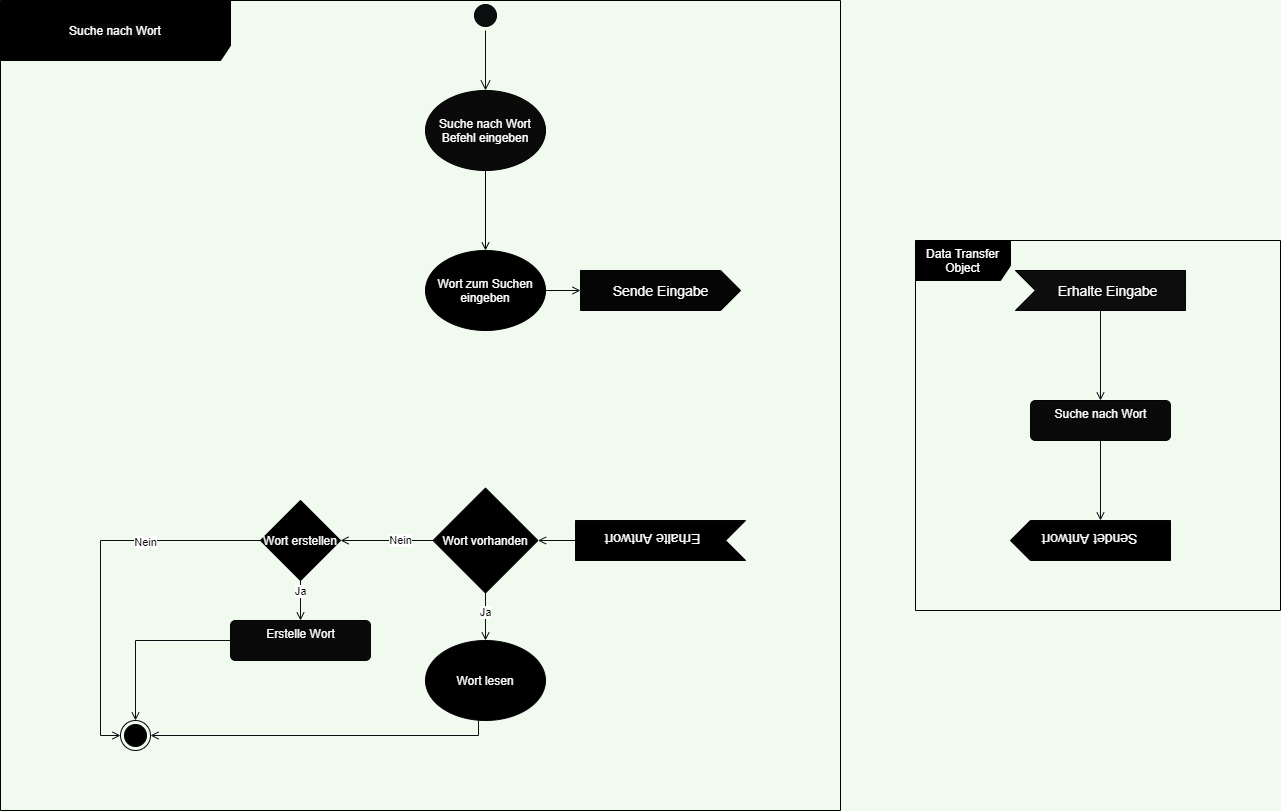
Earlier version of the draw.io export Diagramme-Aktivitätsdiagramm.png (NickHaecker/TranslationMemory). Source tidied: cells renumbered, new cells last; positions are measured from the earlier drawing's top-left corner, leaving out a move shared by most shapes.
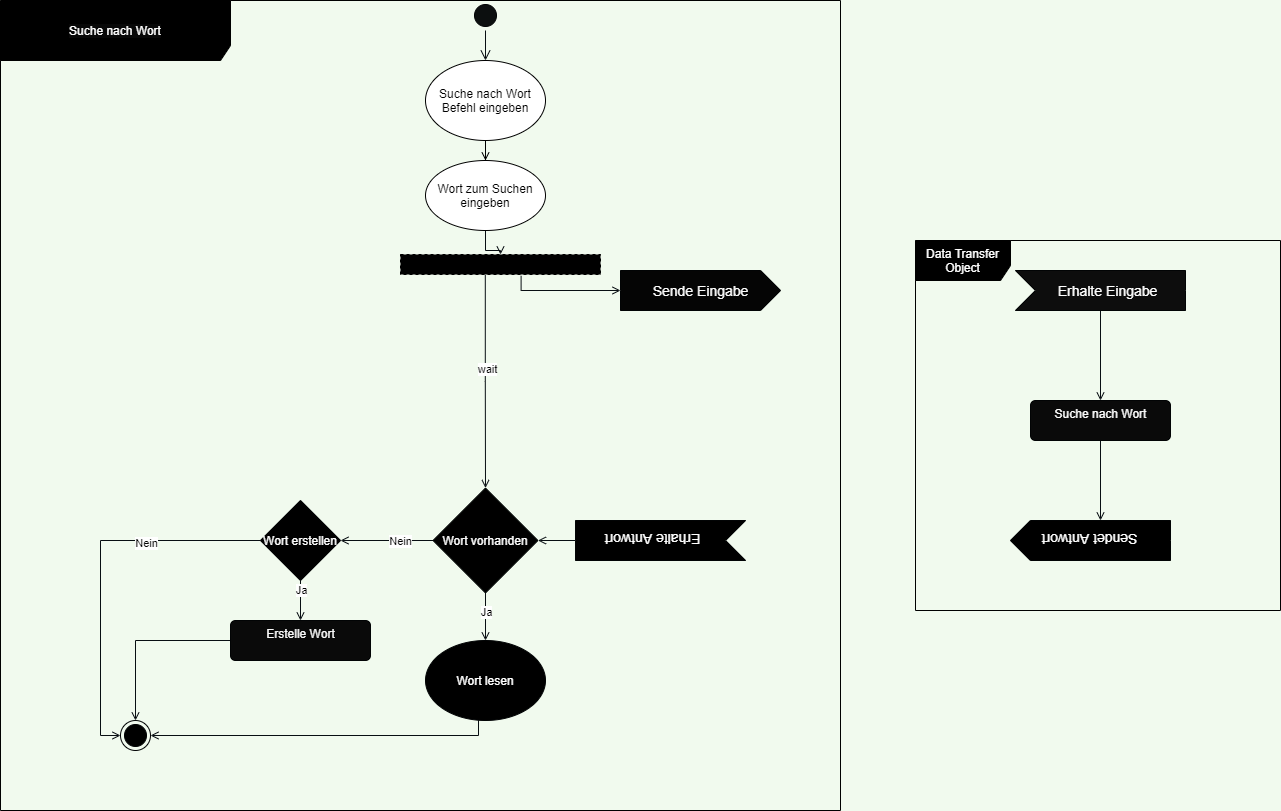
After the change.

Diff of the diagram source:
```diff
@@ -8,10 +8,8 @@
     <mxCell id="3" style="ellipse;html=1;shape=startState;fontColor=#1D3557;fillColor=#0C0F0F;strokeColor=#020405;" parent="1" vertex="1">
       <mxGeometry x="470" width="30" height="30" as="geometry" />
     </mxCell>
-    <mxCell id="4" style="edgeStyle=orthogonalEdgeStyle;html=1;verticalAlign=bottom;endArrow=open;endSize=8;labelBackgroundColor=#F1FAEE;fontColor=#1D3557;strokeColor=#080E12;" parent="1" edge="1" source="3">
-      <mxGeometry relative="1" as="geometry">
-        <mxPoint x="485" y="90" as="targetPoint" />
-      </mxGeometry>
+    <mxCell id="4" style="edgeStyle=orthogonalEdgeStyle;html=1;verticalAlign=bottom;endArrow=open;endSize=8;labelBackgroundColor=#F1FAEE;fontColor=#1D3557;strokeColor=#080E12;entryX=0.5;entryY=0;entryDx=0;entryDy=0;" parent="1" edge="1" source="3" target="7">
+      <mxGeometry relative="1" as="geometry" />
     </mxCell>
     <mxCell id="5" style="ellipse;html=1;shape=endState;fontColor=#1D3557;strokeColor=#020405;fillColor=#000000;" parent="1" vertex="1">
       <mxGeometry x="120" y="720" width="30" height="30" as="geometry" />
@@ -19,17 +17,24 @@
     <mxCell id="6" style="edgeStyle=orthogonalEdgeStyle;rounded=0;jettySize=auto;html=1;endArrow=open;endFill=0;strokeColor=#000000;" parent="1" edge="1" source="7" target="9">
       <mxGeometry relative="1" as="geometry" />
     </mxCell>
-    <mxCell id="7" value="&lt;font color=&quot;#ffffff&quot;&gt;Suche nach Wort Befehl eingeben&lt;/font&gt;" style="ellipse;whiteSpace=wrap;html=1;fillColor=#0A0A0A;" parent="1" vertex="1">
-      <mxGeometry x="425" y="90" width="120" height="80" as="geometry" />
+    <mxCell id="7" value="Suche nach Wort Befehl eingeben" style="ellipse;whiteSpace=wrap;html=1;" parent="1" vertex="1">
+      <mxGeometry x="425" y="60" width="120" height="80" as="geometry" />
     </mxCell>
-    <mxCell id="8" style="edgeStyle=orthogonalEdgeStyle;rounded=0;jettySize=auto;html=1;entryX=0;entryY=0;entryDx=0;entryDy=20;entryPerimeter=0;endArrow=open;endFill=0;strokeColor=#080E12;" parent="1" edge="1" source="9" target="10">
-      <mxGeometry relative="1" as="geometry" />
+    <mxCell id="8" style="edgeStyle=orthogonalEdgeStyle;rounded=0;jettySize=auto;html=1;entryX=0;entryY=0;entryDx=0;entryDy=20;entryPerimeter=0;endArrow=open;endFill=0;strokeColor=#080E12;exitX=0.603;exitY=1.067;exitDx=0;exitDy=0;exitPerimeter=0;" parent="1" edge="1" source="36" target="10">
+      <mxGeometry relative="1" as="geometry">
+        <Array as="points">
+          <mxPoint x="521" y="290" />
+        </Array>
+      </mxGeometry>
     </mxCell>
+    <mxCell id="33" style="edgeStyle=orthogonalEdgeStyle;rounded=0;jettySize=auto;html=1;endArrow=open;endFill=0;strokeColor=#080E12;" parent="1" edge="1" source="9" target="36">
+      <mxGeometry relative="1" as="geometry" />
+    </mxCell>
-    <mxCell id="9" value="&lt;font color=&quot;#ffffff&quot;&gt;Wort zum Suchen eingeben&lt;/font&gt;" style="ellipse;whiteSpace=wrap;html=1;fillColor=#000000;" parent="1" vertex="1">
-      <mxGeometry x="425" y="250" width="120" height="80" as="geometry" />
+    <mxCell id="9" value="Wort zum Suchen eingeben" style="ellipse;whiteSpace=wrap;html=1;" parent="1" vertex="1">
+      <mxGeometry x="425" y="160" width="120" height="70" as="geometry" />
     </mxCell>
-    <mxCell id="10" value="&lt;font color=&quot;#ffffff&quot;&gt;Sende Eingabe&lt;/font&gt;" style="html=1;shape=mxgraph.infographic.ribbonSimple;notch1=0;notch2=20;align=center;verticalAlign=middle;fontSize=14;fontStyle=0;strokeColor=#020405;fillColor=#050505;" parent="1" vertex="1">
-      <mxGeometry x="580" y="270" width="160" height="40" as="geometry" />
+    <mxCell id="10" value="&lt;font color=&quot;#fcfcfc&quot;&gt;Sende Eingabe&lt;/font&gt;" style="html=1;shape=mxgraph.infographic.ribbonSimple;notch1=0;notch2=20;align=center;verticalAlign=middle;fontSize=14;fontStyle=0;strokeColor=#020405;fillColor=#050505;" parent="1" vertex="1">
+      <mxGeometry x="620" y="270" width="160" height="40" as="geometry" />
     </mxCell>
     <mxCell id="11" value="&lt;font color=&quot;#ffffff&quot; style=&quot;background-color: rgb(0 , 0 , 0)&quot;&gt;Data Transfer Object&lt;/font&gt;" style="shape=umlFrame;whiteSpace=wrap;html=1;width=95;height=40;strokeWidth=1;fontColor=#1D3557;fillColor=#000000;strokeColor=#000000;" parent="1" vertex="1">
       <mxGeometry x="915" y="240" width="365" height="370" as="geometry" />
@@ -43,7 +48,7 @@
     <mxCell id="14" style="edgeStyle=orthogonalEdgeStyle;rounded=0;jettySize=auto;html=1;entryX=0;entryY=0;entryDx=70;entryDy=40;entryPerimeter=0;endArrow=open;endFill=0;strokeColor=#080E12;" parent="1" edge="1" source="30" target="15">
       <mxGeometry relative="1" as="geometry" />
     </mxCell>
-    <mxCell id="15" value="&lt;font color=&quot;#fcfcfc&quot;&gt;Sendet Antwort&lt;/font&gt;" style="html=1;shape=mxgraph.infographic.ribbonSimple;notch1=0;notch2=20;align=center;verticalAlign=middle;fontSize=14;fontStyle=0;strokeColor=#020405;rotation=-180;fillColor=#000000;" parent="1" vertex="1">
+    <mxCell id="15" value="&lt;font color=&quot;#ffffff&quot;&gt;Sendet Antwort&lt;/font&gt;" style="html=1;shape=mxgraph.infographic.ribbonSimple;notch1=0;notch2=20;align=center;verticalAlign=middle;fontSize=14;fontStyle=0;strokeColor=#020405;rotation=-180;fillColor=#000000;" parent="1" vertex="1">
       <mxGeometry x="1010" y="520" width="160" height="40" as="geometry" />
     </mxCell>
     <mxCell id="16" style="edgeStyle=orthogonalEdgeStyle;rounded=0;jettySize=auto;html=1;endArrow=open;endFill=0;strokeColor=#080E12;exitX=1;exitY=0.5;exitDx=0;exitDy=0;exitPerimeter=0;" parent="1" edge="1" source="17" target="22">
@@ -64,7 +69,7 @@
     <mxCell id="21" value="Nein" style="edgeLabel;html=1;align=center;verticalAlign=middle;" parent="20" vertex="1">
       <mxGeometry x="-0.29" relative="1" as="geometry" />
     </mxCell>
-    <mxCell id="22" value="Wort vorhanden" style="rhombus;strokeColor=#020405;fillColor=#000000;fontColor=#FFFFFF;" parent="1" vertex="1">
+    <mxCell id="22" value="Wort vorhanden" style="rhombus;strokeColor=#020405;fillColor=#000000;fontColor=#FCFCFC;" parent="1" vertex="1">
       <mxGeometry x="432.5" y="487.5" width="105" height="105" as="geometry" />
     </mxCell>
     <mxCell id="23" style="edgeStyle=orthogonalEdgeStyle;rounded=0;jettySize=auto;html=1;endArrow=open;endFill=0;strokeColor=#080E12;" parent="1" edge="1" source="24" target="5">
@@ -74,7 +79,7 @@
         </Array>
       </mxGeometry>
     </mxCell>
-    <mxCell id="24" value="&lt;font color=&quot;#fafafa&quot;&gt;Wort lesen&lt;/font&gt;" style="ellipse;whiteSpace=wrap;html=1;strokeColor=#020405;fillColor=#000000;" parent="1" vertex="1">
+    <mxCell id="24" value="&lt;font color=&quot;#ffffff&quot;&gt;Wort lesen&lt;/font&gt;" style="ellipse;whiteSpace=wrap;html=1;strokeColor=#020405;fillColor=#000000;" parent="1" vertex="1">
       <mxGeometry x="425" y="640" width="120" height="80" as="geometry" />
     </mxCell>
     <mxCell id="25" style="edgeStyle=orthogonalEdgeStyle;rounded=0;jettySize=auto;html=1;endArrow=open;endFill=0;strokeColor=#080E12;" parent="1" edge="1" source="29" target="32">
@@ -91,17 +96,26 @@
     <mxCell id="28" value="Nein" style="edgeLabel;html=1;align=center;verticalAlign=middle;" parent="27" vertex="1">
       <mxGeometry x="-0.39" y="2" relative="1" as="geometry" />
     </mxCell>
-    <mxCell id="29" value="&lt;font color=&quot;#fcfcfc&quot;&gt;Wort erstellen&lt;/font&gt;" style="rhombus;whiteSpace=wrap;html=1;strokeColor=#020405;fillColor=#000000;" parent="1" vertex="1">
+    <mxCell id="29" value="&lt;font color=&quot;#ffffff&quot;&gt;Wort erstellen&lt;/font&gt;" style="rhombus;whiteSpace=wrap;html=1;strokeColor=#020405;fillColor=#000000;" parent="1" vertex="1">
       <mxGeometry x="260" y="500" width="80" height="80" as="geometry" />
     </mxCell>
-    <mxCell id="30" value="&lt;font color=&quot;#ffffff&quot;&gt;Suche nach Wort&lt;/font&gt;" style="html=1;align=center;verticalAlign=top;rounded=1;absoluteArcSize=1;arcSize=10;dashed=0;strokeColor=#020405;fillColor=#0A0A0A;" parent="1" vertex="1">
+    <mxCell id="30" value="&lt;font color=&quot;#fafafa&quot;&gt;Suche nach Wort&lt;/font&gt;" style="html=1;align=center;verticalAlign=top;rounded=1;absoluteArcSize=1;arcSize=10;dashed=0;strokeColor=#020405;fillColor=#0A0A0A;" parent="1" vertex="1">
       <mxGeometry x="1030" y="400" width="140" height="40" as="geometry" />
     </mxCell>
     <mxCell id="31" style="edgeStyle=orthogonalEdgeStyle;rounded=0;jettySize=auto;html=1;endArrow=open;endFill=0;strokeColor=#080E12;" parent="1" edge="1" source="32" target="5">
       <mxGeometry relative="1" as="geometry" />
     </mxCell>
-    <mxCell id="32" value="&lt;font color=&quot;#fcfcfc&quot;&gt;Erstelle Wort&lt;/font&gt;" style="html=1;align=center;verticalAlign=top;rounded=1;absoluteArcSize=1;arcSize=10;dashed=0;strokeColor=#020405;fillColor=#0A0A0A;" parent="1" vertex="1">
+    <mxCell id="32" value="&lt;font color=&quot;#f7f7f7&quot;&gt;Erstelle Wort&lt;/font&gt;" style="html=1;align=center;verticalAlign=top;rounded=1;absoluteArcSize=1;arcSize=10;dashed=0;strokeColor=#020405;fillColor=#0A0A0A;" parent="1" vertex="1">
       <mxGeometry x="230" y="620" width="140" height="40" as="geometry" />
     </mxCell>
+    <mxCell id="34" style="edgeStyle=orthogonalEdgeStyle;rounded=0;jettySize=auto;html=1;entryX=0.5;entryY=0;entryDx=0;entryDy=0;endArrow=open;endFill=0;strokeColor=#080E12;exitX=0.424;exitY=1.025;exitDx=0;exitDy=0;exitPerimeter=0;" parent="1" edge="1" source="36" target="22">
+      <mxGeometry relative="1" as="geometry" />
+    </mxCell>
+    <mxCell id="35" value="wait" style="edgeLabel;html=1;align=center;verticalAlign=middle;" parent="34" vertex="1">
+      <mxGeometry x="-0.12" y="2" relative="1" as="geometry" />
+    </mxCell>
+    <mxCell id="36" style="shape=partialRectangle;html=1;top=1;align=left;dashed=1;strokeColor=#000000;fillColor=#000000;" parent="1" vertex="1">
+      <mxGeometry x="400" y="254" width="200" height="20" as="geometry" />
+    </mxCell>
   </root>
 </mxGraphModel>
```
